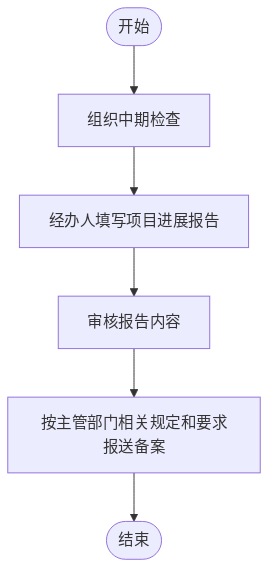
This is outline2flow/flow_outputs/page_58.png from AmyIvan/work1, a Mermaid export, as it was before one commit. Its source is kept beside it as outline2flow/mmd_outputs/page_58.mmd.
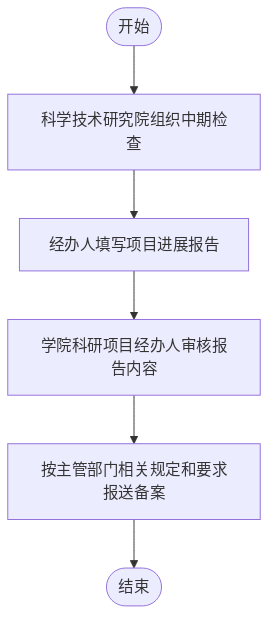
After the change.

The edit, as a diff of the source:
```diff
@@ -1,6 +1,6 @@
 flowchart TD
-    A(["开始"]) --> B["组织中期检查"]
-    B --> C["经办人填写项目进展报告"]
-    C --> D["审核报告内容"]
-    D --> E["按主管部门相关规定和要求报送备案"]
-    E --> F(["结束"])
+    Start([开始]) --> A[科学技术研究院组织中期检查]
+    A --> B[经办人填写项目进展报告]
+    B --> C[学院科研项目经办人审核报告内容]
+    C --> D[按主管部门相关规定和要求报送备案]
+    D --> End([结束])
```
